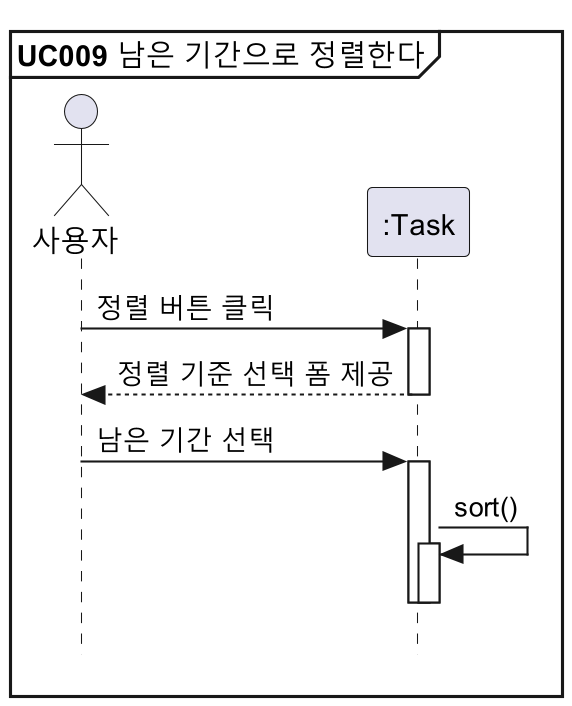
parkchamchi/SoftwareEngineering2023 keeps this PlantUML diagram as docs/설계명세서/images/seq_diag/uc009.png. Above is the earlier version.
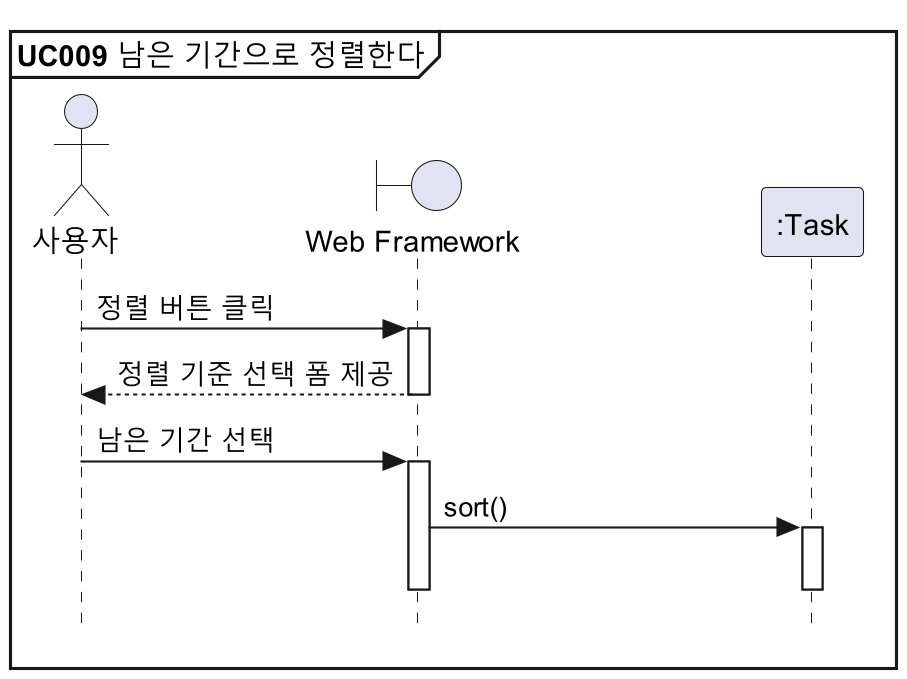
Above is the later version.

What changed in the source:
```diff
@@ -3,14 +3,14 @@
 
 mainframe **UC009** 남은 기간으로 정렬한다
 
-actor 사용자
+!includesub style.puml!PARTICIPANTS
 participant ":Task" as Task
 
-사용자 -> Task : 정렬 버튼 클릭
-Task --> 사용자 : 정렬 기준 선택 폼 제공
-사용자 -> Task : 남은 기간 선택
-Task -> Task : sort()
+사용자 -> view : 정렬 버튼 클릭
+view --> 사용자 : 정렬 기준 선택 폼 제공
+사용자 -> view : 남은 기간 선택
+view -> Task : sort()
 deactivate Task
-deactivate Task
+deactivate view
 
 @enduml
```
